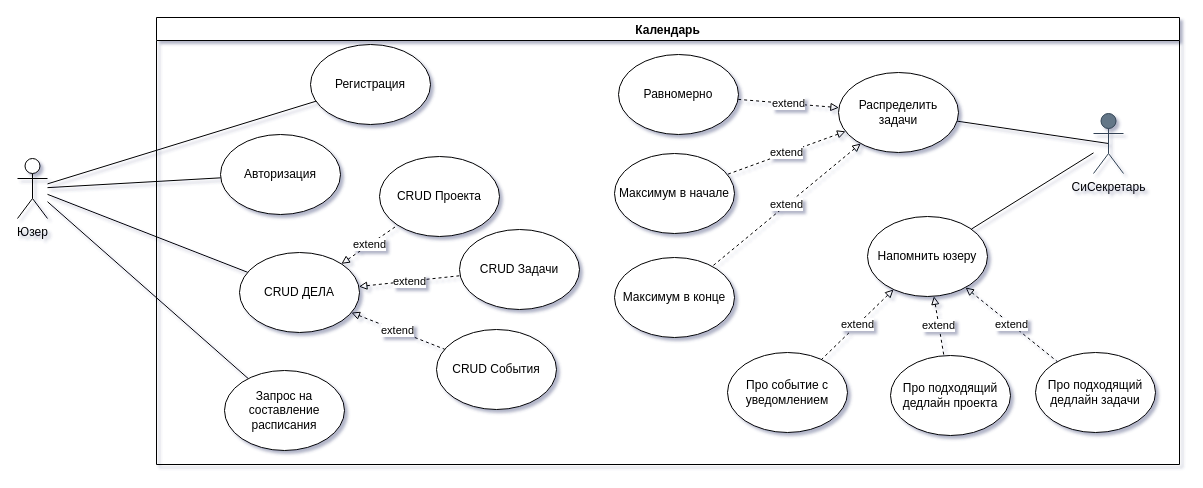
The draw.io diagram ProjFiles/UseCase.drawio in eukuz/ChadWebCalendar, before the edit. Source tidied: cells renumbered, new cells numbered last; positions are measured from the earlier drawing's top-left corner, leaving out a move shared by most shapes. Both pictures are drawn from the tidied source at 100%, with x=0, y=0 at pixel (17, 17).
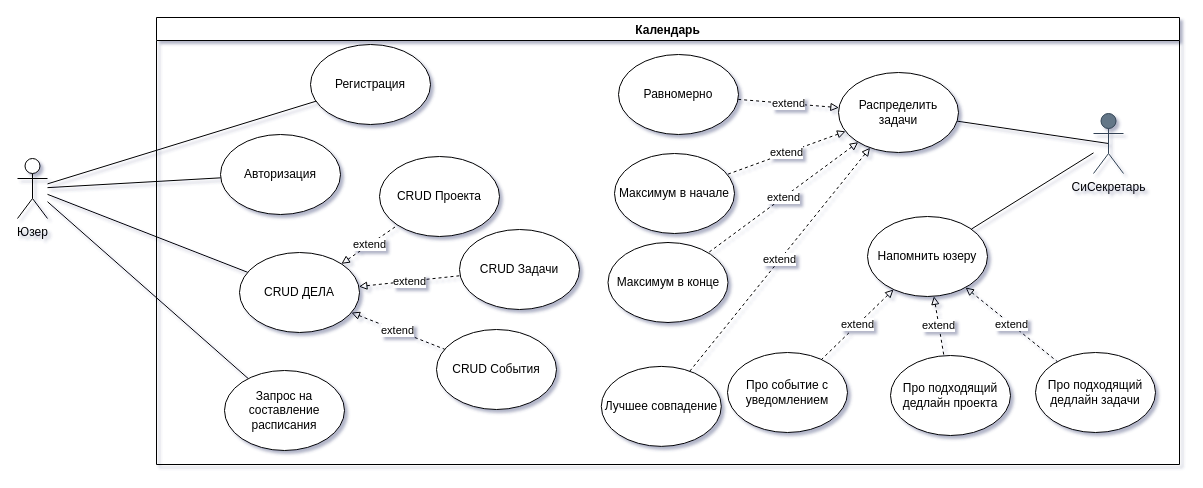
The same page after the edit.

The change refers to these unchanged cells:
```xml
<mxCell id="5" value="Календарь" style="swimlane;fontColor=#000000;" parent="1" vertex="1">
  <mxGeometry x="139" width="1023" height="447" as="geometry" />
</mxCell>
<mxCell id="15" value="&lt;div&gt;Распределить задачи&lt;/div&gt;" style="ellipse;whiteSpace=wrap;html=1;" parent="5" vertex="1">
  <mxGeometry x="682" y="55" width="120" height="80" as="geometry" />
</mxCell>
```

What changed in the source:
```diff
@@
     <mxCell id="16" value="Максимум в конце" style="ellipse;whiteSpace=wrap;html=1;" parent="5" vertex="1">
-      <mxGeometry x="458" y="240" width="120" height="80" as="geometry" />
+      <mxGeometry x="451.5" y="225" width="120" height="80" as="geometry" />
     </mxCell>
@@
+    <mxCell id="35" value="Лучшее совпадение" style="ellipse;whiteSpace=wrap;html=1;" parent="5" vertex="1">
+      <mxGeometry x="444.8" y="348.9" width="120" height="80" as="geometry" />
+    </mxCell>
+    <mxCell id="36" value="extend" style="rounded=0;jettySize=auto;html=1;fontColor=#000000;endArrow=none;endFill=0;startArrow=block;startFill=0;dashed=1;" parent="5" edge="1" source="15" target="35">
+      <mxGeometry relative="1" as="geometry" />
+    </mxCell>
+    <mxCell id="37" style="edgeStyle=orthogonalEdgeStyle;rounded=0;orthogonalLoop=1;jettySize=auto;html=1;exitX=0.5;exitY=1;exitDx=0;exitDy=0;" parent="5" edge="1" source="16" target="16">
+      <mxGeometry relative="1" as="geometry" />
+    </mxCell>
```
